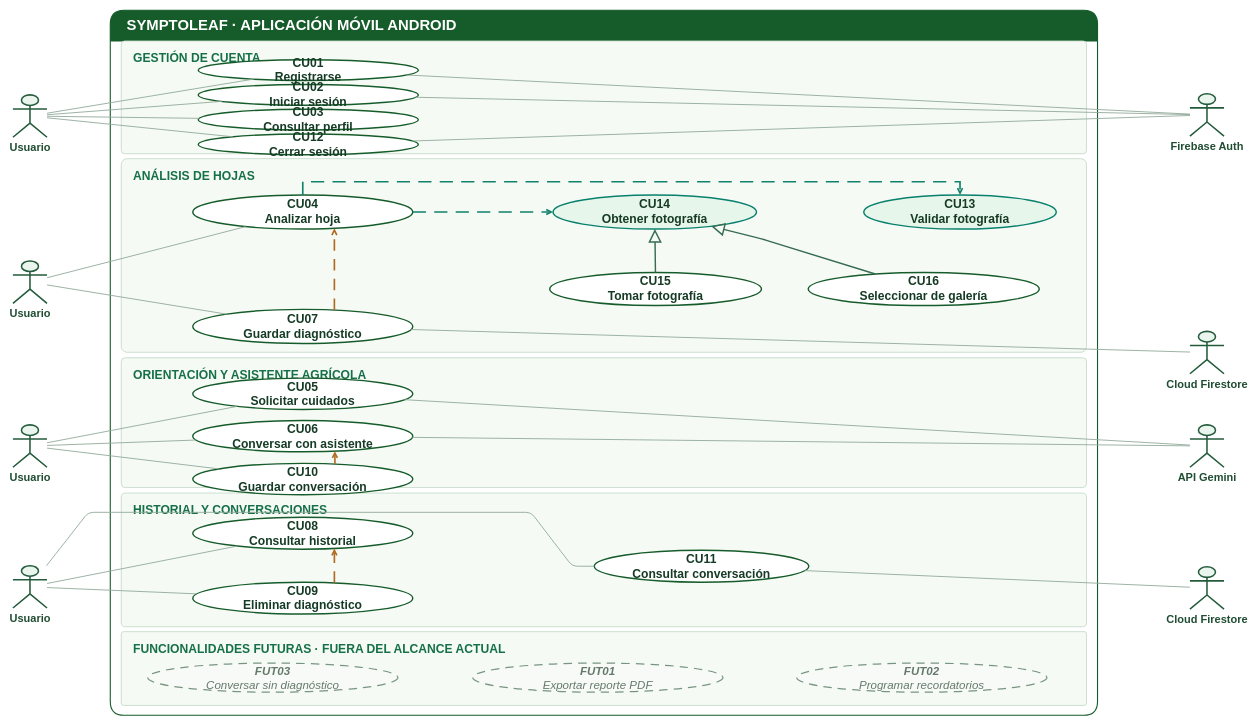
This is docs/03-modelado/Tarea_NRC36848_Grupo03_SymptoLeaf_Diagrama.drawio from GuamanJordan/symptoleaf-ai-lab2, a draw.io file, before an edit. Source tidied: cells renumbered, new cells numbered last; positions are measured from the earlier drawing's top-left corner, leaving out a move shared by most shapes. Both pictures are drawn from the tidied source at 55%, with x=0, y=0 at pixel (13, 10).
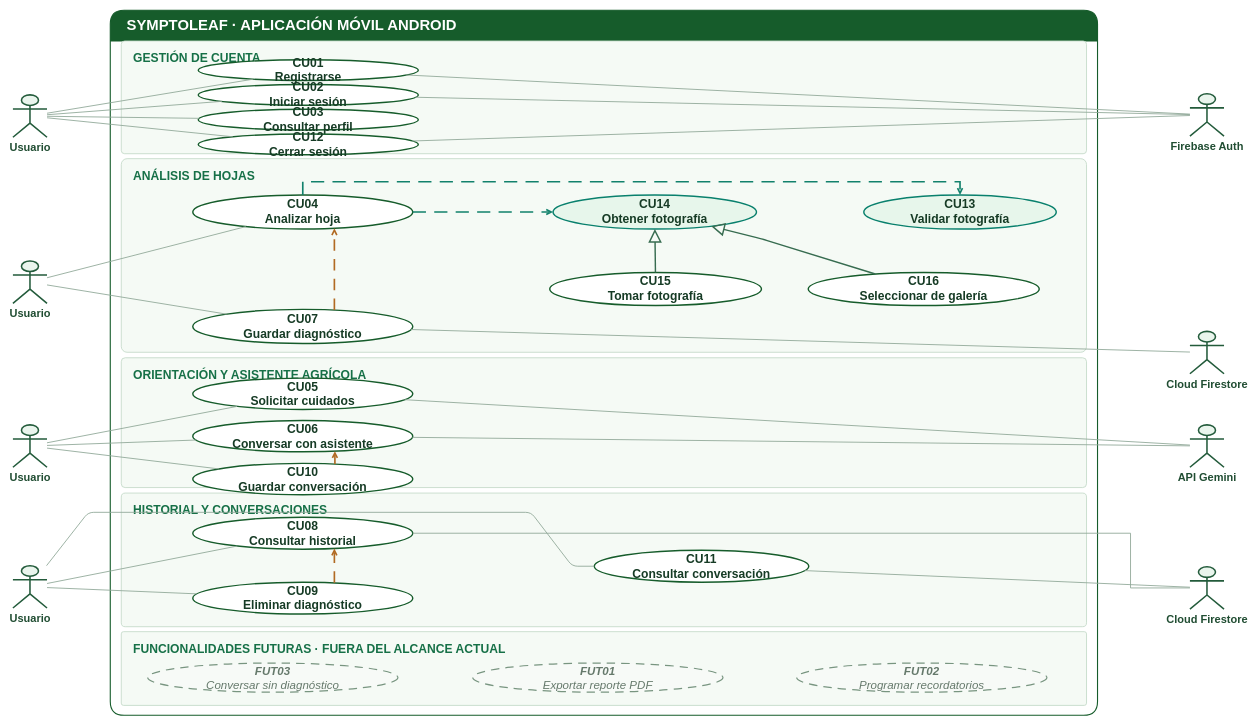
The same diagram, later.

Commit message:
docs: asocia Firestore con consulta de historial (#3)

Unchanged cells that the change refers to:
```xml
<mxCell id="21" value="&lt;b&gt;CU08&lt;/b&gt;&lt;br/&gt;Consultar historial" style="ellipse;whiteSpace=wrap;html=1;strokeWidth=2.6;fillColor=#FFFFFF;strokeColor=#165C2B;fontColor=#163B25;fontSize=22;fontStyle=1;align=center;verticalAlign=middle;" parent="1" vertex="1">
  <mxGeometry x="327" y="922" width="400" height="58" as="geometry" />
</mxCell>
<mxCell id="34" value="Cloud Firestore" style="shape=umlActor;html=1;verticalLabelPosition=bottom;verticalAlign=top;align=center;strokeWidth=2.8;strokeColor=#235B3B;fillColor=#EAF5ED;fontColor=#204D32;fontStyle=1;fontSize=20;" parent="1" vertex="1">
  <mxGeometry x="2140" y="1012" width="62" height="77" as="geometry" />
</mxCell>
```

Diff of the diagram source:
```diff
@@
+    <mxCell id="61" style="html=1;edgeStyle=orthogonalEdgeStyle;rounded=0;strokeColor=#91A999;strokeWidth=1.6;startArrow=none;endArrow=none;exitX=0;exitY=0.5;exitDx=0;exitDy=0;entryX=1;entryY=0.5;entryDx=0;entryDy=0;" parent="1" edge="1" source="34" target="21">
+      <mxGeometry relative="1" as="geometry">
+        <Array as="points">
+          <mxPoint x="2032" y="1050.5" />
+          <mxPoint x="2032" y="951" />
+        </Array>
+      </mxGeometry>
+    </mxCell>
```
